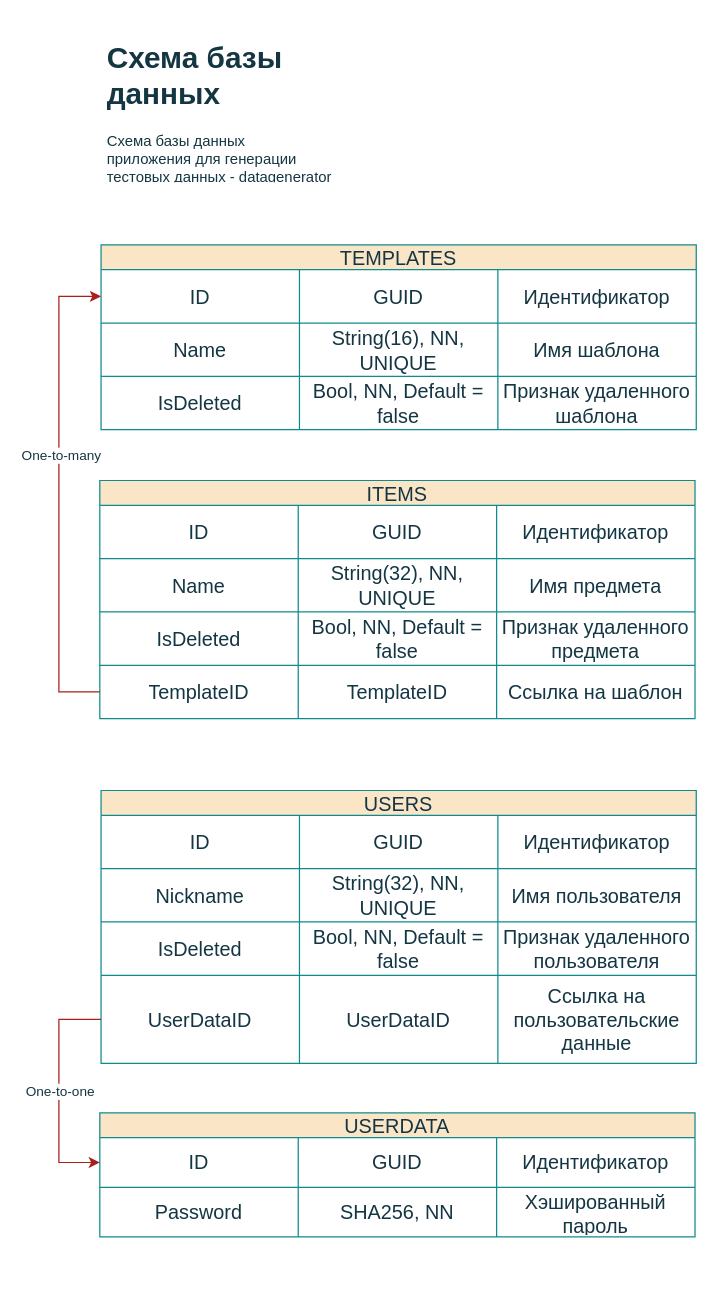
This is datagenerator.docs/database_schema.drawio from DaniilSaushkin/datagenerator, a draw.io file, before an edit. Source tidied: cells renumbered, new cells numbered last; positions are measured from the earlier drawing's top-left corner, leaving out a move shared by most shapes. Both pictures are drawn from the tidied source at 124%, with x=0, y=0 at pixel (58, 33).
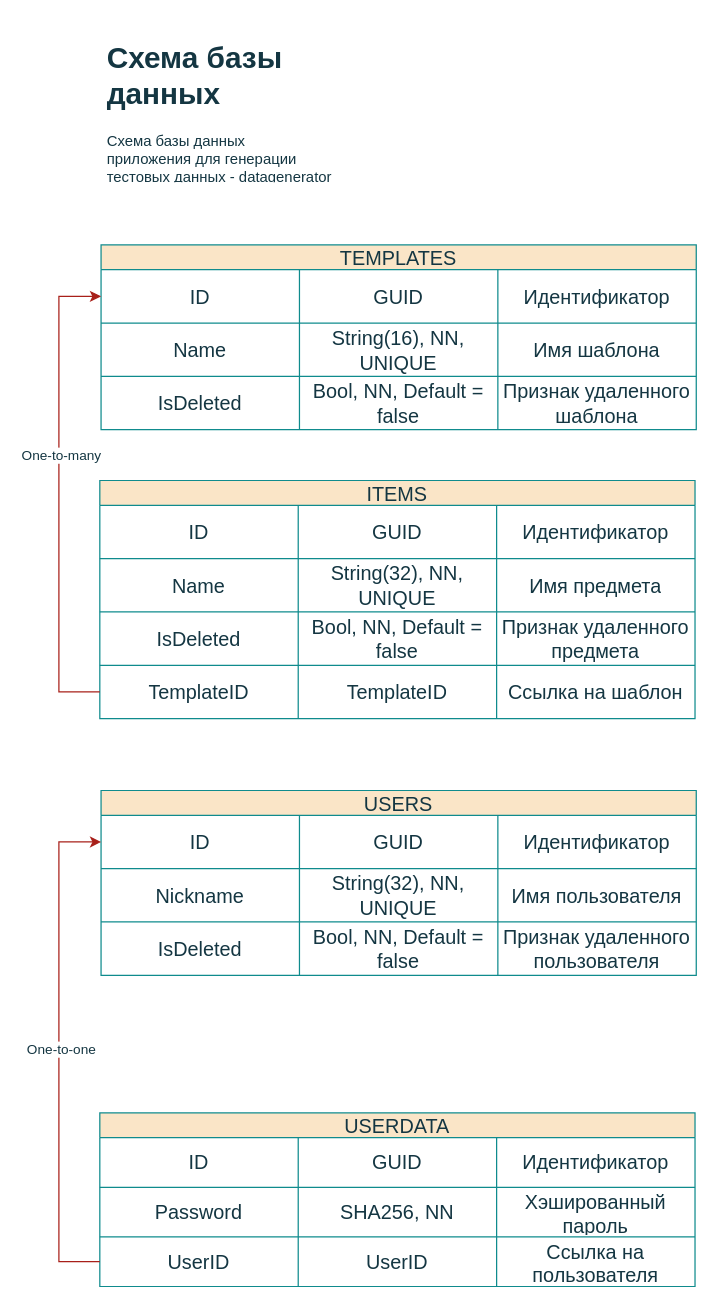
The same page after the edit.

Commit message:
change database schema

The change refers to these unchanged cells:
```xml
<mxCell id="36" style="shape=tableRow;horizontal=0;startSize=0;swimlaneHead=0;swimlaneBody=0;strokeColor=#0F8B8D;top=0;left=0;bottom=0;right=0;fillColor=none;points=[[0,0.5],[1,0.5]];portConstraint=eastwest;fontSize=16;labelBackgroundColor=none;fontColor=#143642;" parent="35" vertex="1">
  <mxGeometry y="20" width="480" height="43" as="geometry" />
</mxCell>
<mxCell id="53" style="shape=tableRow;horizontal=0;startSize=0;swimlaneHead=0;swimlaneBody=0;strokeColor=#0F8B8D;top=0;left=0;bottom=0;right=0;fillColor=none;points=[[0,0.5],[1,0.5]];portConstraint=eastwest;fontSize=16;labelBackgroundColor=none;fontColor=#143642;" parent="52" vertex="1">
  <mxGeometry y="20" width="480" height="40" as="geometry" />
</mxCell>
```

What changed in the source:
```diff
@@
     <mxCell id="35" value="USERS" style="shape=table;startSize=20;childLayout=tableLayout;strokeColor=#0F8B8D;fontSize=16;labelBackgroundColor=none;fillColor=#FAE5C7;fontColor=#143642;" parent="1" vertex="1">
-      <mxGeometry x="34" y="610" width="480" height="220" as="geometry" />
+      <mxGeometry x="34" y="610" width="480" height="149" as="geometry" />
     </mxCell>
@@
-    <mxCell id="48" style="shape=tableRow;horizontal=0;startSize=0;swimlaneHead=0;swimlaneBody=0;strokeColor=#0F8B8D;top=0;left=0;bottom=0;right=0;fillColor=none;points=[[0,0.5],[1,0.5]];portConstraint=eastwest;fontSize=16;labelBackgroundColor=none;fontColor=#143642;" parent="35" vertex="1">
-      <mxGeometry y="149" width="480" height="71" as="geometry" />
-    </mxCell>
-    <mxCell id="49" value="UserDataID" style="shape=partialRectangle;html=1;whiteSpace=wrap;strokeColor=#0F8B8D;overflow=hidden;fillColor=none;top=0;left=0;bottom=0;right=0;fontSize=16;labelBackgroundColor=none;fontColor=#143642;" parent="48" vertex="1">
-      <mxGeometry width="160" height="71" as="geometry" />
-    </mxCell>
-    <mxCell id="50" value="UserDataID" style="shape=partialRectangle;html=1;whiteSpace=wrap;strokeColor=#0F8B8D;overflow=hidden;fillColor=none;top=0;left=0;bottom=0;right=0;fontSize=16;labelBackgroundColor=none;fontColor=#143642;" parent="48" vertex="1">
-      <mxGeometry x="160" width="160" height="71" as="geometry" />
-    </mxCell>
-    <mxCell id="51" value="Ссылка на пользовательские данные" style="shape=partialRectangle;html=1;whiteSpace=wrap;strokeColor=#0F8B8D;overflow=hidden;fillColor=none;top=0;left=0;bottom=0;right=0;fontSize=16;labelBackgroundColor=none;fontColor=#143642;" parent="48" vertex="1">
-      <mxGeometry x="320" width="160" height="71" as="geometry" />
-    </mxCell>
     <mxCell id="52" value="USERDATA" style="shape=table;startSize=20;childLayout=tableLayout;strokeColor=#0F8B8D;fontSize=16;labelBackgroundColor=none;fillColor=#FAE5C7;fontColor=#143642;" parent="1" vertex="1">
-      <mxGeometry x="33" y="870" width="480" height="100" as="geometry" />
+      <mxGeometry x="33" y="870" width="480" height="140" as="geometry" />
     </mxCell>
@@
+    <mxCell id="63" style="shape=tableRow;horizontal=0;startSize=0;swimlaneHead=0;swimlaneBody=0;strokeColor=#0F8B8D;top=0;left=0;bottom=0;right=0;fillColor=none;points=[[0,0.5],[1,0.5]];portConstraint=eastwest;fontSize=16;labelBackgroundColor=none;fontColor=#143642;" parent="52" vertex="1">
+      <mxGeometry y="100" width="480" height="40" as="geometry" />
+    </mxCell>
+    <mxCell id="64" value="UserID" style="shape=partialRectangle;html=1;whiteSpace=wrap;strokeColor=#0F8B8D;overflow=hidden;fillColor=none;top=0;left=0;bottom=0;right=0;fontSize=16;labelBackgroundColor=none;fontColor=#143642;" parent="63" vertex="1">
+      <mxGeometry width="160" height="40" as="geometry" />
+    </mxCell>
+    <mxCell id="65" value="UserID" style="shape=partialRectangle;html=1;whiteSpace=wrap;strokeColor=#0F8B8D;overflow=hidden;fillColor=none;top=0;left=0;bottom=0;right=0;fontSize=16;labelBackgroundColor=none;fontColor=#143642;" parent="63" vertex="1">
+      <mxGeometry x="160" width="160" height="40" as="geometry" />
+    </mxCell>
+    <mxCell id="66" value="Ссылка на пользователя" style="shape=partialRectangle;html=1;whiteSpace=wrap;strokeColor=#0F8B8D;overflow=hidden;fillColor=none;top=0;left=0;bottom=0;right=0;fontSize=16;labelBackgroundColor=none;fontColor=#143642;" parent="63" vertex="1">
+      <mxGeometry x="320" width="160" height="40" as="geometry" />
+    </mxCell>
-    <mxCell id="61" style="edgeStyle=orthogonalEdgeStyle;rounded=0;jettySize=auto;html=1;entryX=0;entryY=0.5;entryDx=0;entryDy=0;strokeColor=#A8201A;fontColor=#143642;fillColor=#FAE5C7;" parent="1" edge="1" source="48" target="53">
+    <mxCell id="61" style="edgeStyle=orthogonalEdgeStyle;rounded=0;jettySize=auto;html=1;entryX=0;entryY=0.5;entryDx=0;entryDy=0;strokeColor=#A8201A;fontColor=#143642;fillColor=#FAE5C7;" parent="1" edge="1" target="53">
       <mxGeometry relative="1" as="geometry">
         <Array as="points">
           <mxPoint y="794" />
           <mxPoint y="910" />
         </Array>
       </mxGeometry>
     </mxCell>
@@
+    <mxCell id="67" style="edgeStyle=orthogonalEdgeStyle;shape=connector;rounded=0;jettySize=auto;html=1;entryX=0;entryY=0.5;entryDx=0;entryDy=0;labelBackgroundColor=default;strokeColor=#A8201A;align=center;verticalAlign=middle;fontFamily=Helvetica;fontSize=11;fontColor=#143642;endArrow=classic;fillColor=#FAE5C7;exitX=0;exitY=0.5;exitDx=0;exitDy=0;" parent="1" edge="1" source="63" target="36">
+      <mxGeometry relative="1" as="geometry">
+        <Array as="points">
+          <mxPoint y="990" />
+          <mxPoint y="652" />
+        </Array>
+      </mxGeometry>
+    </mxCell>
+    <mxCell id="68" value="One-to-one" style="edgeLabel;html=1;align=center;verticalAlign=middle;fontSize=11;fontFamily=Helvetica;fontColor=#143642;" parent="67" vertex="1">
+      <mxGeometry x="0.01" y="-1" relative="1" as="geometry" />
+    </mxCell>
```
